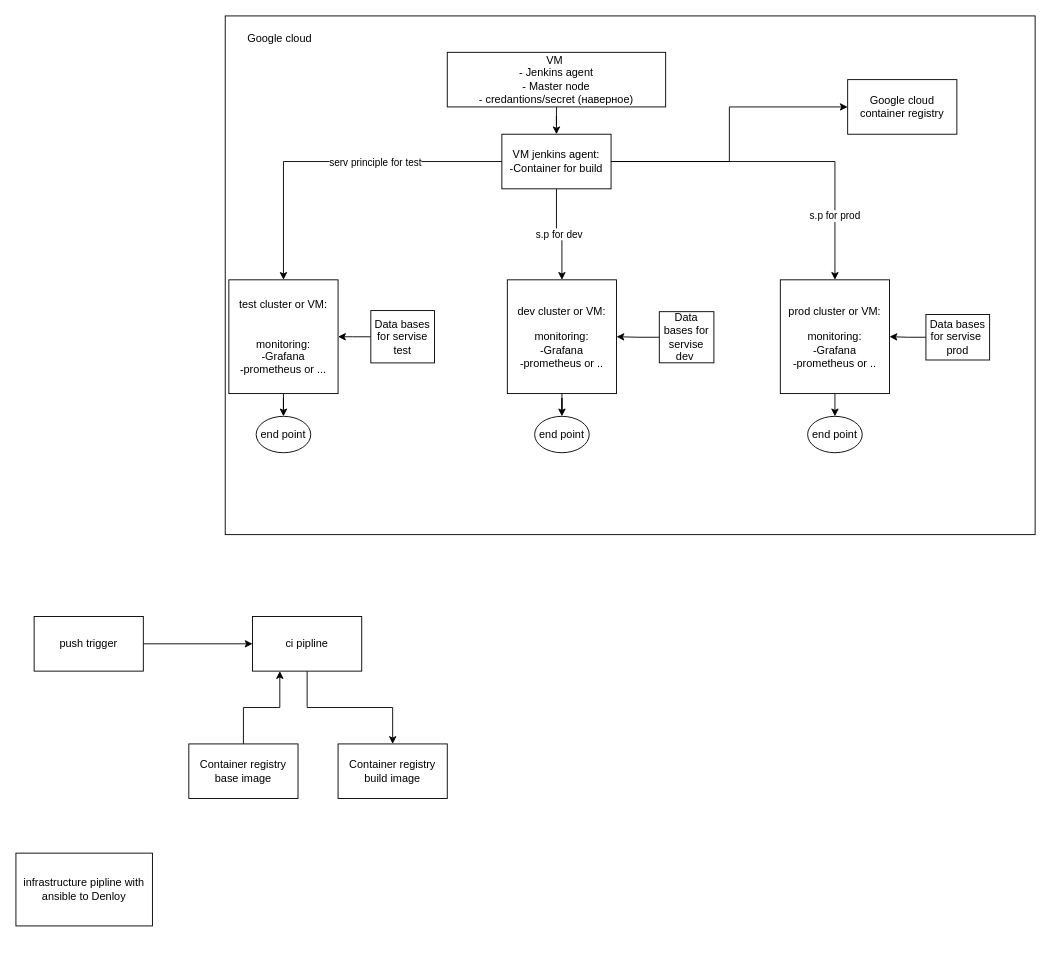
This is Interview/Диаграмма без названия.drawio from GeorgyPzk/Conspect-old, a draw.io file, before an edit. Source tidied: cells renumbered, new cells numbered last; positions are measured from the earlier drawing's top-left corner, leaving out a move shared by most shapes. Both pictures are drawn from the tidied source at 91%, with x=0, y=0 at pixel (15, 15).
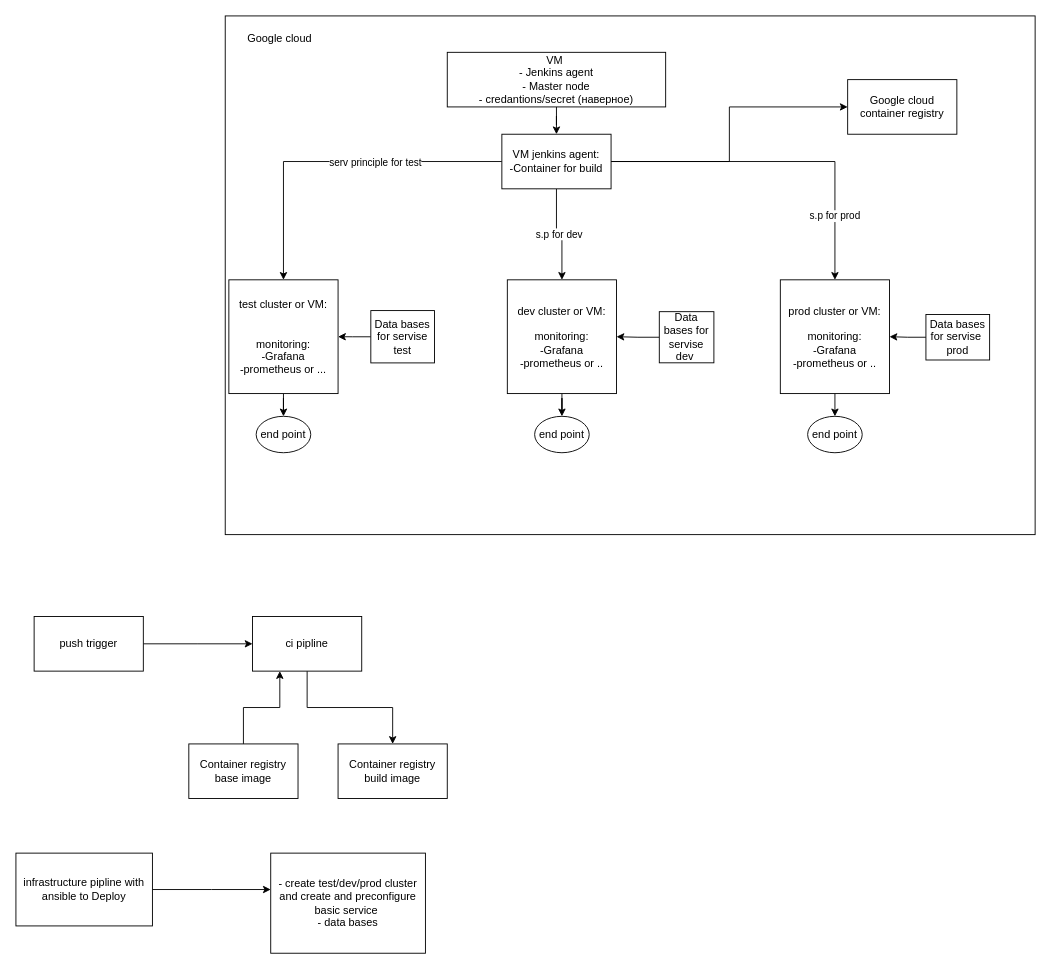
Above is the later version.

Change to the diagram source:
```diff
@@
+    <mxCell id="37" style="edgeStyle=orthogonalEdgeStyle;rounded=0;jettySize=auto;html=1;" parent="1" edge="1" source="36">
+      <mxGeometry relative="1" as="geometry">
+        <mxPoint x="280" y="960" as="targetPoint" />
+      </mxGeometry>
+    </mxCell>
-    <mxCell id="36" value="infrastructure pipline with ansible to Denloy" style="rounded=0;whiteSpace=wrap;html=1;" parent="1" vertex="1">
+    <mxCell id="36" value="infrastructure pipline with ansible to Deploy" style="rounded=0;whiteSpace=wrap;html=1;" parent="1" vertex="1">
       <mxGeometry y="920" width="150" height="80" as="geometry" />
     </mxCell>
+    <mxCell id="38" value="- create test/dev/prod cluster and create and preconfigure basic service&amp;nbsp;&lt;br&gt;- data bases" style="rounded=0;whiteSpace=wrap;html=1;" parent="1" vertex="1">
+      <mxGeometry x="280" y="920" width="170" height="110" as="geometry" />
+    </mxCell>
```
